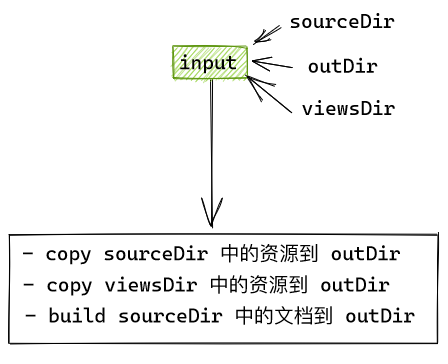
The Excalidraw diagram 整体设计导图.png in siyuan-note/oceanpress_old, before a commit. Source tidied: one line per element, renumbered; positions are measured from the earlier drawing's top-left corner, leaving out a move shared by most shapes.
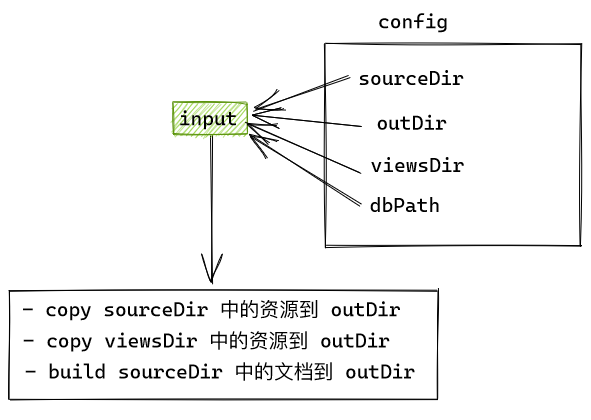
Later version of the same file.

Change to the diagram source:
```diff
@@ -1,13 +1,17 @@
 {"id": 0, "type": "arrow", "strokeColor": "#000000", "strokeWidth": 1, "roughness": 1, "endArrowhead": "arrow", "from": 2, "to": 9, "x": 202, "y": 71, "width": 2, "height": 148, "points": [[0, 0], [2, 148]]}
 {"id": 1, "type": "rectangle", "strokeColor": "#5c940d", "backgroundColor": "#82c91e", "fillStyle": "hachure", "strokeWidth": 1, "roughness": 1, "x": 164, "y": 38, "width": 74, "height": 32}
 {"id": 2, "type": "text", "text": "input", "strokeColor": "#000000", "strokeWidth": 1, "roughness": 1, "fontSize": 20, "fontFamily": 3, "x": 170, "y": 41, "width": 59, "height": 24}
-{"id": 3, "type": "text", "text": "sourceDir", "strokeColor": "#000000", "backgroundColor": "#82c91e", "fillStyle": "hachure", "strokeWidth": 1, "roughness": 1, "fontSize": 20, "fontFamily": 3, "x": 280, "y": 0, "width": 105, "height": 24}
+{"id": 3, "type": "text", "text": "sourceDir", "strokeColor": "#000000", "backgroundColor": "#82c91e", "fillStyle": "hachure", "strokeWidth": 1, "roughness": 1, "fontSize": 20, "fontFamily": 3, "x": 349, "y": 1, "width": 105, "height": 24}
-{"id": 4, "type": "arrow", "strokeColor": "#000000", "backgroundColor": "#82c91e", "fillStyle": "hachure", "strokeWidth": 1, "roughness": 1, "endArrowhead": "arrow", "from": 3, "to": 1, "x": 271, "y": 18, "width": 26, "height": 18, "points": [[0, 0], [-26, 18]]}
+{"id": 4, "type": "arrow", "strokeColor": "#000000", "backgroundColor": "#82c91e", "fillStyle": "hachure", "strokeWidth": 1, "roughness": 1, "endArrowhead": "arrow", "from": 3, "to": 1, "x": 340, "y": 12, "width": 95, "height": 34, "points": [[0, 0], [-95, 34]]}
-{"id": 5, "type": "text", "text": "outDir", "strokeColor": "#000000", "backgroundColor": "#82c91e", "fillStyle": "hachure", "strokeWidth": 1, "roughness": 1, "fontSize": 20, "fontFamily": 3, "x": 298, "y": 45, "width": 70, "height": 24}
+{"id": 5, "type": "text", "text": "outDir", "strokeColor": "#000000", "backgroundColor": "#82c91e", "fillStyle": "hachure", "strokeWidth": 1, "roughness": 1, "fontSize": 20, "fontFamily": 3, "x": 367, "y": 46, "width": 70, "height": 24}
-{"id": 6, "type": "arrow", "strokeColor": "#000000", "backgroundColor": "#82c91e", "fillStyle": "hachure", "strokeWidth": 1, "roughness": 0, "endArrowhead": "arrow", "from": 5, "to": 2, "x": 283, "y": 59, "width": 40, "height": 7, "points": [[0, 0], [-40, -7]]}
+{"id": 6, "type": "arrow", "strokeColor": "#000000", "backgroundColor": "#82c91e", "fillStyle": "hachure", "strokeWidth": 1, "roughness": 0, "endArrowhead": "arrow", "from": 5, "to": 2, "x": 352, "y": 61, "width": 109, "height": 11, "points": [[0, 0], [-109, -11]]}
-{"id": 7, "type": "text", "text": "viewsDir", "strokeColor": "#000000", "backgroundColor": "#82c91e", "fillStyle": "hachure", "strokeWidth": 1, "roughness": 1, "fontSize": 20, "fontFamily": 3, "x": 292, "y": 87, "width": 94, "height": 24}
+{"id": 7, "type": "text", "text": "viewsDir", "strokeColor": "#000000", "backgroundColor": "#82c91e", "fillStyle": "hachure", "strokeWidth": 1, "roughness": 1, "fontSize": 20, "fontFamily": 3, "x": 361, "y": 88, "width": 94, "height": 24}
-{"id": 8, "type": "arrow", "strokeColor": "#000000", "backgroundColor": "#82c91e", "fillStyle": "hachure", "strokeWidth": 1, "roughness": 1, "endArrowhead": "arrow", "from": 7, "to": 2, "x": 283, "y": 104, "width": 46, "height": 38, "points": [[0, 0], [-46, -38]]}
+{"id": 8, "type": "arrow", "strokeColor": "#000000", "backgroundColor": "#82c91e", "fillStyle": "hachure", "strokeWidth": 1, "roughness": 1, "endArrowhead": "arrow", "from": 7, "to": 2, "x": 352, "y": 108, "width": 115, "height": 51, "points": [[0, 0], [-115, -51]]}
 {"id": 9, "type": "rectangle", "strokeColor": "#000000", "strokeWidth": 1, "roughness": 1, "x": 0, "y": 225, "width": 428, "height": 109}
 {"id": 10, "type": "text", "text": "- copy sourceDir 中的资源到 outDir\n", "strokeColor": "#000000", "strokeWidth": 1, "roughness": 1, "fontSize": 19.85, "fontFamily": 3, "x": 13, "y": 230, "width": 378, "height": 52}
 {"id": 11, "type": "text", "text": "- copy viewsDir 中的资源到 outDir\n", "strokeColor": "#000000", "strokeWidth": 1, "roughness": 1, "fontSize": 19.85, "fontFamily": 3, "x": 14, "y": 262, "width": 367, "height": 52}
 {"id": 12, "type": "text", "text": "- build sourceDir 中的文档到 outDir\n", "strokeColor": "#000000", "strokeWidth": 1, "roughness": 1, "fontSize": 19.85, "fontFamily": 3, "x": 16, "y": 293, "width": 390, "height": 52}
+{"id": 13, "type": "rectangle", "strokeColor": "#000000", "strokeWidth": 1, "roughness": 1, "x": 316, "y": -21, "width": 255, "height": 203}
+{"id": 14, "type": "text", "text": "config", "strokeColor": "#000000", "strokeWidth": 1, "roughness": 1, "fontSize": 20, "fontFamily": 3, "x": 369, "y": -56, "width": 70, "height": 24}
+{"id": 15, "type": "text", "text": "dbPath", "strokeColor": "#000000", "backgroundColor": "#82c91e", "fillStyle": "hachure", "strokeWidth": 1, "roughness": 1, "fontSize": 20, "fontFamily": 3, "x": 361, "y": 128, "width": 70, "height": 24}
+{"id": 16, "type": "arrow", "strokeColor": "#000000", "strokeWidth": 1, "roughness": 1, "endArrowhead": "arrow", "from": 15, "to": 2, "x": 352, "y": 140, "width": 112, "height": 69, "points": [[0, 0], [-112, -69]]}
```
